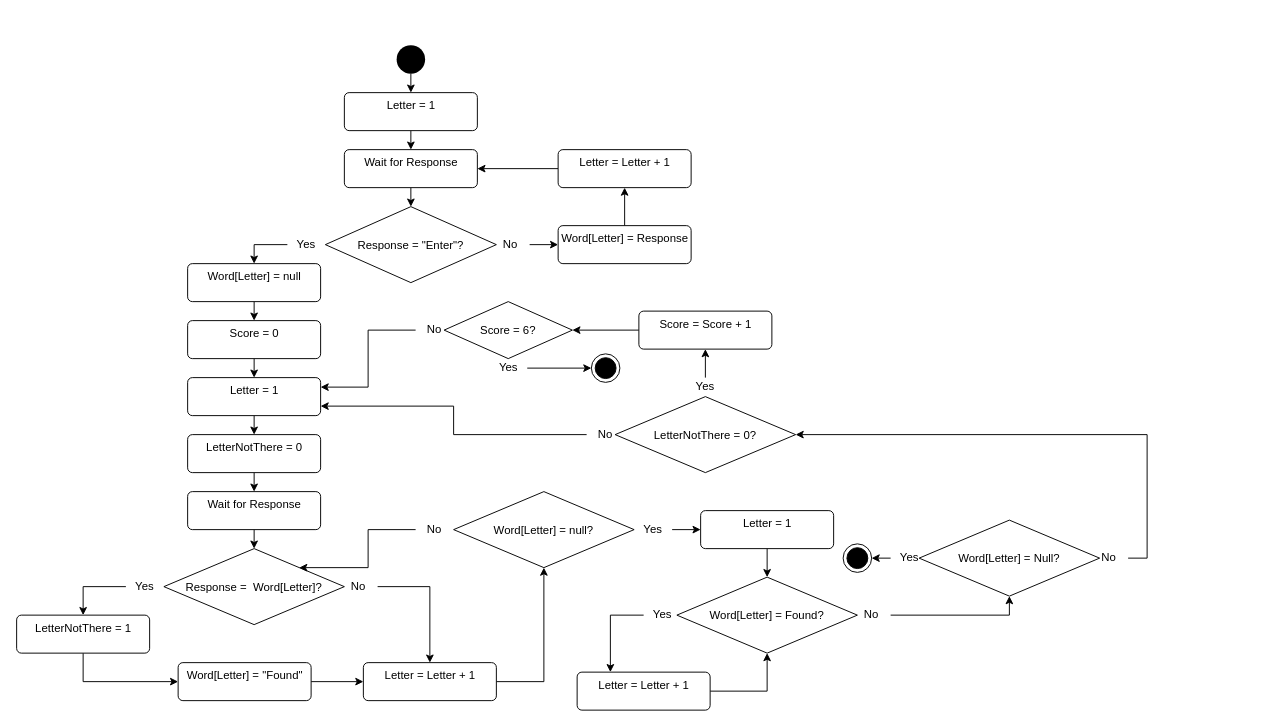
This is page "Hang Man" (2 of 2) of Untitled Diagram.drawio from NathanKCoding/cscs1240s21A, a draw.io file, before an edit. Source tidied: cells renumbered, new cells numbered last; positions are measured from the earlier drawing's top-left corner, leaving out a move shared by most shapes. Both pictures are drawn from the tidied source at 95%, with x=0, y=0 at pixel (16, 45).
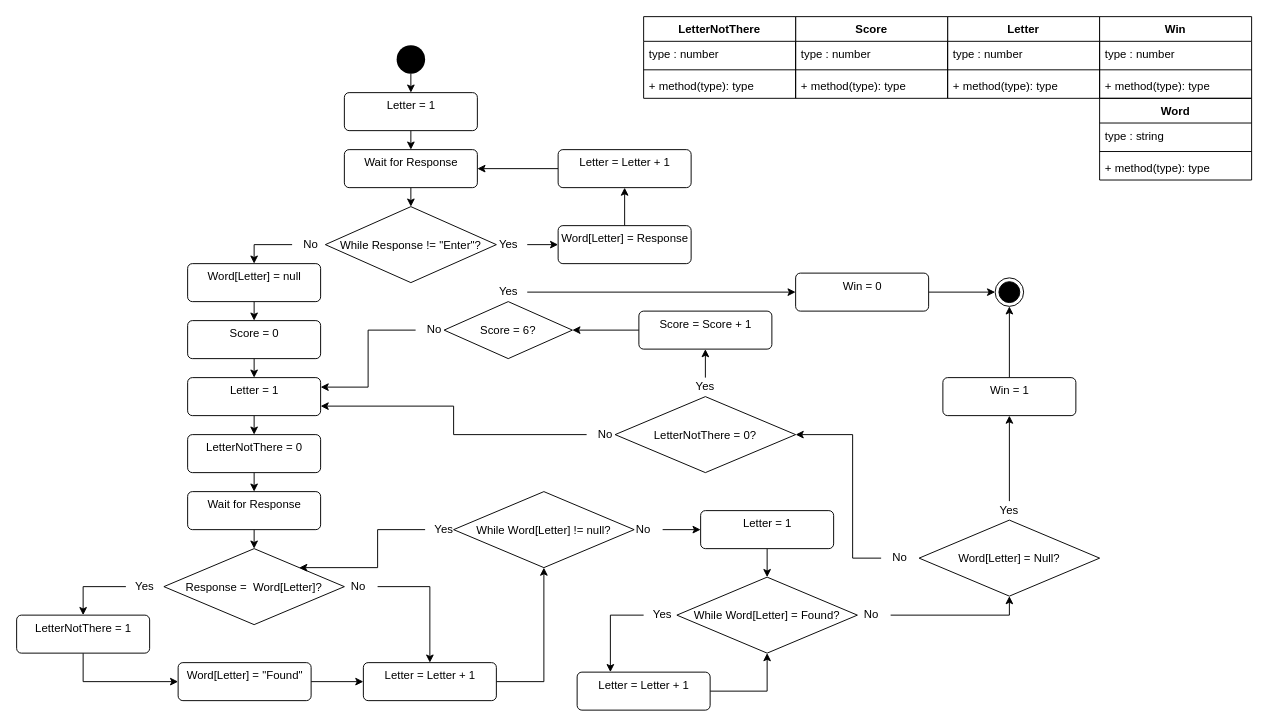
The same page after the edit.

Unchanged cells that the change refers to:
```xml
<mxCell id="11" value="Word[Letter] = Response" style="html=1;align=center;verticalAlign=top;rounded=1;absoluteArcSize=1;arcSize=10;dashed=0;" parent="1" vertex="1">
  <mxGeometry x="570" y="190" width="140" height="40" as="geometry" />
</mxCell>
<mxCell id="21" value="Response =  Word[Letter]?" style="rhombus;" parent="1" vertex="1">
  <mxGeometry x="155" y="530" width="190" height="80" as="geometry" />
</mxCell>
<mxCell id="30" value="Word[Letter] = null" style="html=1;align=center;verticalAlign=top;rounded=1;absoluteArcSize=1;arcSize=10;dashed=0;" parent="1" vertex="1">
  <mxGeometry x="180" y="230" width="140" height="40" as="geometry" />
</mxCell>
<mxCell id="38" value="Letter = 1" style="html=1;align=center;verticalAlign=top;rounded=1;absoluteArcSize=1;arcSize=10;dashed=0;" parent="1" vertex="1">
  <mxGeometry x="720" y="490" width="140" height="40" as="geometry" />
</mxCell>
<mxCell id="56" value="LetterNotThere = 0?" style="rhombus;" parent="1" vertex="1">
  <mxGeometry x="630" y="370" width="190" height="80" as="geometry" />
</mxCell>
```

The edit, as a diff of the source:
```diff
@@
-    <mxCell id="6" style="edgeStyle=orthogonalEdgeStyle;rounded=0;jettySize=auto;html=1;exitX=0;exitY=0.5;exitDx=0;exitDy=0;entryX=0.5;entryY=0;entryDx=0;entryDy=0;" parent="1" edge="1" source="7" target="30">
-      <mxGeometry relative="1" as="geometry" />
-    </mxCell>
+    <mxCell id="71" style="edgeStyle=orthogonalEdgeStyle;rounded=0;jettySize=auto;html=1;exitX=1;exitY=0.5;exitDx=0;exitDy=0;entryX=0;entryY=0.5;entryDx=0;entryDy=0;" parent="1" edge="1" source="7" target="11">
+      <mxGeometry relative="1" as="geometry" />
+    </mxCell>
     <mxCell id="7" value="Yes" style="text;html=1;strokeColor=none;fillColor=none;align=center;verticalAlign=middle;whiteSpace=wrap;rounded=0;" parent="1" vertex="1">
-      <mxGeometry x="285" y="200" width="40" height="20" as="geometry" />
+      <mxGeometry x="497.5" y="200" width="40" height="20" as="geometry" />
     </mxCell>
-    <mxCell id="8" style="edgeStyle=orthogonalEdgeStyle;rounded=0;jettySize=auto;html=1;exitX=1;exitY=0.5;exitDx=0;exitDy=0;entryX=0;entryY=0.5;entryDx=0;entryDy=0;" parent="1" edge="1" source="9" target="11">
-      <mxGeometry relative="1" as="geometry" />
-    </mxCell>
+    <mxCell id="72" style="edgeStyle=orthogonalEdgeStyle;rounded=0;jettySize=auto;html=1;exitX=0;exitY=0.5;exitDx=0;exitDy=0;entryX=0.5;entryY=0;entryDx=0;entryDy=0;" parent="1" edge="1" source="9" target="30">
+      <mxGeometry relative="1" as="geometry" />
+    </mxCell>
     <mxCell id="9" value="No" style="text;html=1;strokeColor=none;fillColor=none;align=center;verticalAlign=middle;whiteSpace=wrap;rounded=0;" parent="1" vertex="1">
-      <mxGeometry x="500" y="200" width="40" height="20" as="geometry" />
+      <mxGeometry x="290" y="200" width="40" height="20" as="geometry" />
     </mxCell>
@@
-    <mxCell id="18" value="Response = &quot;Enter&quot;?" style="rhombus;" parent="1" vertex="1">
+    <mxCell id="18" value="While Response != &quot;Enter&quot;?" style="rhombus;" parent="1" vertex="1">
       <mxGeometry x="325" y="170" width="180" height="80" as="geometry" />
     </mxCell>
@@
-    <mxCell id="28" value="Word[Letter] = null?" style="rhombus;" parent="1" vertex="1">
+    <mxCell id="28" value="While Word[Letter] != null?" style="rhombus;" parent="1" vertex="1">
       <mxGeometry x="460" y="470" width="190" height="80" as="geometry" />
     </mxCell>
@@
-    <mxCell id="31" style="edgeStyle=orthogonalEdgeStyle;rounded=0;jettySize=auto;html=1;exitX=1;exitY=0.5;exitDx=0;exitDy=0;entryX=0;entryY=0.5;entryDx=0;entryDy=0;" parent="1" edge="1" source="32" target="38">
-      <mxGeometry relative="1" as="geometry" />
-    </mxCell>
+    <mxCell id="73" style="edgeStyle=orthogonalEdgeStyle;rounded=0;jettySize=auto;html=1;exitX=0;exitY=0.5;exitDx=0;exitDy=0;entryX=1;entryY=0;entryDx=0;entryDy=0;" parent="1" edge="1" source="32" target="21">
+      <mxGeometry relative="1" as="geometry">
+        <Array as="points">
+          <mxPoint x="380" y="510" />
+          <mxPoint x="380" y="550" />
+        </Array>
+      </mxGeometry>
+    </mxCell>
     <mxCell id="32" value="Yes" style="text;html=1;strokeColor=none;fillColor=none;align=center;verticalAlign=middle;whiteSpace=wrap;rounded=0;" parent="1" vertex="1">
-      <mxGeometry x="650" y="500" width="40" height="20" as="geometry" />
+      <mxGeometry x="430" y="500" width="40" height="20" as="geometry" />
     </mxCell>
-    <mxCell id="33" style="edgeStyle=orthogonalEdgeStyle;rounded=0;jettySize=auto;html=1;exitX=0;exitY=0.5;exitDx=0;exitDy=0;entryX=1;entryY=0;entryDx=0;entryDy=0;" parent="1" edge="1" source="34" target="21">
-      <mxGeometry relative="1" as="geometry">
-        <Array as="points">
-          <mxPoint x="370" y="510" />
-          <mxPoint x="370" y="550" />
-        </Array>
-      </mxGeometry>
-    </mxCell>
+    <mxCell id="74" style="edgeStyle=orthogonalEdgeStyle;rounded=0;jettySize=auto;html=1;exitX=1;exitY=0.5;exitDx=0;exitDy=0;entryX=0;entryY=0.5;entryDx=0;entryDy=0;" parent="1" edge="1" source="34" target="38">
+      <mxGeometry relative="1" as="geometry" />
+    </mxCell>
     <mxCell id="34" value="No" style="text;html=1;strokeColor=none;fillColor=none;align=center;verticalAlign=middle;whiteSpace=wrap;rounded=0;" parent="1" vertex="1">
-      <mxGeometry x="420" y="500" width="40" height="20" as="geometry" />
+      <mxGeometry x="640" y="500" width="40" height="20" as="geometry" />
     </mxCell>
@@
-    <mxCell id="43" value="Word[Letter] = Found?" style="rhombus;" parent="1" vertex="1">
+    <mxCell id="43" value="While Word[Letter] = Found?" style="rhombus;" parent="1" vertex="1">
       <mxGeometry x="695" y="560" width="190" height="80" as="geometry" />
     </mxCell>
@@
-    <mxCell id="51" style="ellipse;html=1;shape=endState;fillColor=#000000;strokeColor=#000000;" parent="1" vertex="1">
-      <mxGeometry x="870" y="525" width="30" height="30" as="geometry" />
-    </mxCell>
-    <mxCell id="52" style="edgeStyle=orthogonalEdgeStyle;rounded=0;jettySize=auto;html=1;exitX=0;exitY=0.5;exitDx=0;exitDy=0;entryX=1;entryY=0.5;entryDx=0;entryDy=0;" parent="1" edge="1" source="53" target="51">
-      <mxGeometry relative="1" as="geometry" />
-    </mxCell>
+    <mxCell id="75" style="edgeStyle=orthogonalEdgeStyle;rounded=0;jettySize=auto;html=1;exitX=0.5;exitY=0;exitDx=0;exitDy=0;entryX=0.5;entryY=1;entryDx=0;entryDy=0;" parent="1" edge="1" source="53" target="80">
+      <mxGeometry relative="1" as="geometry" />
+    </mxCell>
     <mxCell id="53" value="Yes" style="text;html=1;strokeColor=none;fillColor=none;align=center;verticalAlign=middle;whiteSpace=wrap;rounded=0;" parent="1" vertex="1">
-      <mxGeometry x="920" y="530" width="40" height="20" as="geometry" />
+      <mxGeometry x="1025" y="480" width="40" height="20" as="geometry" />
     </mxCell>
-    <mxCell id="54" style="edgeStyle=orthogonalEdgeStyle;rounded=0;jettySize=auto;html=1;exitX=1;exitY=0.5;exitDx=0;exitDy=0;entryX=1;entryY=0.5;entryDx=0;entryDy=0;" parent="1" edge="1" source="55" target="56">
-      <mxGeometry relative="1" as="geometry" />
+    <mxCell id="54" style="edgeStyle=orthogonalEdgeStyle;rounded=0;jettySize=auto;html=1;exitX=0;exitY=0.5;exitDx=0;exitDy=0;entryX=1;entryY=0.5;entryDx=0;entryDy=0;" parent="1" edge="1" source="55" target="56">
+      <mxGeometry relative="1" as="geometry">
+        <Array as="points">
+          <mxPoint x="880" y="540" />
+          <mxPoint x="880" y="410" />
+        </Array>
+      </mxGeometry>
     </mxCell>
     <mxCell id="55" value="No" style="text;html=1;strokeColor=none;fillColor=none;align=center;verticalAlign=middle;whiteSpace=wrap;rounded=0;" parent="1" vertex="1">
-      <mxGeometry x="1130" y="530" width="40" height="20" as="geometry" />
+      <mxGeometry x="910" y="530" width="40" height="20" as="geometry" />
     </mxCell>
@@
-    <mxCell id="66" style="edgeStyle=orthogonalEdgeStyle;rounded=0;jettySize=auto;html=1;exitX=1;exitY=0.5;exitDx=0;exitDy=0;entryX=0;entryY=0.5;entryDx=0;entryDy=0;" parent="1" edge="1" source="67" target="68">
-      <mxGeometry relative="1" as="geometry" />
-    </mxCell>
+    <mxCell id="76" style="edgeStyle=orthogonalEdgeStyle;rounded=0;jettySize=auto;html=1;exitX=1;exitY=0.5;exitDx=0;exitDy=0;entryX=0;entryY=0.5;entryDx=0;entryDy=0;" parent="1" edge="1" source="67" target="78">
+      <mxGeometry relative="1" as="geometry" />
+    </mxCell>
     <mxCell id="67" value="Yes" style="text;html=1;strokeColor=none;fillColor=none;align=center;verticalAlign=middle;whiteSpace=wrap;rounded=0;" parent="1" vertex="1">
-      <mxGeometry x="497.5" y="330" width="40" height="20" as="geometry" />
+      <mxGeometry x="497.5" y="250" width="40" height="20" as="geometry" />
     </mxCell>
     <mxCell id="68" style="ellipse;html=1;shape=endState;fillColor=#000000;strokeColor=#000000;" parent="1" vertex="1">
-      <mxGeometry x="605" y="325" width="30" height="30" as="geometry" />
+      <mxGeometry x="1030" y="245" width="30" height="30" as="geometry" />
     </mxCell>
@@
+    <mxCell id="77" style="edgeStyle=orthogonalEdgeStyle;rounded=0;jettySize=auto;html=1;exitX=1;exitY=0.5;exitDx=0;exitDy=0;entryX=0;entryY=0.5;entryDx=0;entryDy=0;" parent="1" edge="1" source="78" target="68">
+      <mxGeometry relative="1" as="geometry" />
+    </mxCell>
+    <mxCell id="78" value="Win = 0" style="html=1;align=center;verticalAlign=top;rounded=1;absoluteArcSize=1;arcSize=10;dashed=0;" parent="1" vertex="1">
+      <mxGeometry x="820" y="240" width="140" height="40" as="geometry" />
+    </mxCell>
+    <mxCell id="79" style="edgeStyle=orthogonalEdgeStyle;rounded=0;jettySize=auto;html=1;exitX=0.5;exitY=0;exitDx=0;exitDy=0;entryX=0.5;entryY=1;entryDx=0;entryDy=0;" parent="1" edge="1" source="80" target="68">
+      <mxGeometry relative="1" as="geometry" />
+    </mxCell>
+    <mxCell id="80" value="Win = 1" style="html=1;align=center;verticalAlign=top;rounded=1;absoluteArcSize=1;arcSize=10;dashed=0;" parent="1" vertex="1">
+      <mxGeometry x="975" y="350" width="140" height="40" as="geometry" />
+    </mxCell>
+    <mxCell id="81" value="Letter" style="swimlane;fontStyle=1;align=center;verticalAlign=top;horizontal=1;startSize=26;" parent="1" vertex="1">
+      <mxGeometry x="980" y="-30" width="160" height="86" as="geometry" />
+    </mxCell>
+    <mxCell id="82" value="type : number" style="text;strokeColor=none;fillColor=none;align=left;verticalAlign=top;spacingLeft=4;spacingRight=4;overflow=hidden;" parent="81" vertex="1">
+      <mxGeometry y="26" width="160" height="26" as="geometry" />
+    </mxCell>
+    <mxCell id="83" style="line;strokeWidth=1;fillColor=none;align=left;verticalAlign=middle;spacingTop=-1;spacingLeft=3;spacingRight=3;labelPosition=right;" parent="81" vertex="1">
+      <mxGeometry y="52" width="160" height="8" as="geometry" />
+    </mxCell>
+    <mxCell id="84" value="+ method(type): type" style="text;strokeColor=none;fillColor=none;align=left;verticalAlign=top;spacingLeft=4;spacingRight=4;overflow=hidden;" parent="81" vertex="1">
+      <mxGeometry y="60" width="160" height="26" as="geometry" />
+    </mxCell>
+    <mxCell id="85" value="Word" style="swimlane;fontStyle=1;align=center;verticalAlign=top;horizontal=1;startSize=26;" parent="1" vertex="1">
+      <mxGeometry x="1140" y="56" width="160" height="86" as="geometry" />
+    </mxCell>
+    <mxCell id="86" value="type : string" style="text;strokeColor=none;fillColor=none;align=left;verticalAlign=top;spacingLeft=4;spacingRight=4;overflow=hidden;" parent="85" vertex="1">
+      <mxGeometry y="26" width="160" height="26" as="geometry" />
+    </mxCell>
+    <mxCell id="87" style="line;strokeWidth=1;fillColor=none;align=left;verticalAlign=middle;spacingTop=-1;spacingLeft=3;spacingRight=3;labelPosition=right;" parent="85" vertex="1">
+      <mxGeometry y="52" width="160" height="8" as="geometry" />
+    </mxCell>
+    <mxCell id="88" value="+ method(type): type" style="text;strokeColor=none;fillColor=none;align=left;verticalAlign=top;spacingLeft=4;spacingRight=4;overflow=hidden;" parent="85" vertex="1">
+      <mxGeometry y="60" width="160" height="26" as="geometry" />
+    </mxCell>
+    <mxCell id="89" value="Score" style="swimlane;fontStyle=1;align=center;verticalAlign=top;horizontal=1;startSize=26;" parent="1" vertex="1">
+      <mxGeometry x="820" y="-30" width="160" height="86" as="geometry" />
+    </mxCell>
+    <mxCell id="90" value="type : number" style="text;strokeColor=none;fillColor=none;align=left;verticalAlign=top;spacingLeft=4;spacingRight=4;overflow=hidden;" parent="89" vertex="1">
+      <mxGeometry y="26" width="160" height="26" as="geometry" />
+    </mxCell>
+    <mxCell id="91" style="line;strokeWidth=1;fillColor=none;align=left;verticalAlign=middle;spacingTop=-1;spacingLeft=3;spacingRight=3;labelPosition=right;" parent="89" vertex="1">
+      <mxGeometry y="52" width="160" height="8" as="geometry" />
+    </mxCell>
+    <mxCell id="92" value="+ method(type): type" style="text;strokeColor=none;fillColor=none;align=left;verticalAlign=top;spacingLeft=4;spacingRight=4;overflow=hidden;" parent="89" vertex="1">
+      <mxGeometry y="60" width="160" height="26" as="geometry" />
+    </mxCell>
+    <mxCell id="93" value="LetterNotThere" style="swimlane;fontStyle=1;align=center;verticalAlign=top;horizontal=1;startSize=26;" parent="1" vertex="1">
+      <mxGeometry x="660" y="-30" width="160" height="86" as="geometry" />
+    </mxCell>
+    <mxCell id="94" value="type : number" style="text;strokeColor=none;fillColor=none;align=left;verticalAlign=top;spacingLeft=4;spacingRight=4;overflow=hidden;" parent="93" vertex="1">
+      <mxGeometry y="26" width="160" height="26" as="geometry" />
+    </mxCell>
+    <mxCell id="95" style="line;strokeWidth=1;fillColor=none;align=left;verticalAlign=middle;spacingTop=-1;spacingLeft=3;spacingRight=3;labelPosition=right;" parent="93" vertex="1">
+      <mxGeometry y="52" width="160" height="8" as="geometry" />
+    </mxCell>
+    <mxCell id="96" value="+ method(type): type" style="text;strokeColor=none;fillColor=none;align=left;verticalAlign=top;spacingLeft=4;spacingRight=4;overflow=hidden;" parent="93" vertex="1">
+      <mxGeometry y="60" width="160" height="26" as="geometry" />
+    </mxCell>
+    <mxCell id="97" value="Win" style="swimlane;fontStyle=1;align=center;verticalAlign=top;horizontal=1;startSize=26;" parent="1" vertex="1">
+      <mxGeometry x="1140" y="-30" width="160" height="86" as="geometry" />
+    </mxCell>
+    <mxCell id="98" value="type : number" style="text;strokeColor=none;fillColor=none;align=left;verticalAlign=top;spacingLeft=4;spacingRight=4;overflow=hidden;" parent="97" vertex="1">
+      <mxGeometry y="26" width="160" height="26" as="geometry" />
+    </mxCell>
+    <mxCell id="99" style="line;strokeWidth=1;fillColor=none;align=left;verticalAlign=middle;spacingTop=-1;spacingLeft=3;spacingRight=3;labelPosition=right;" parent="97" vertex="1">
+      <mxGeometry y="52" width="160" height="8" as="geometry" />
+    </mxCell>
+    <mxCell id="100" value="+ method(type): type" style="text;strokeColor=none;fillColor=none;align=left;verticalAlign=top;spacingLeft=4;spacingRight=4;overflow=hidden;" parent="97" vertex="1">
+      <mxGeometry y="60" width="160" height="26" as="geometry" />
+    </mxCell>
```
